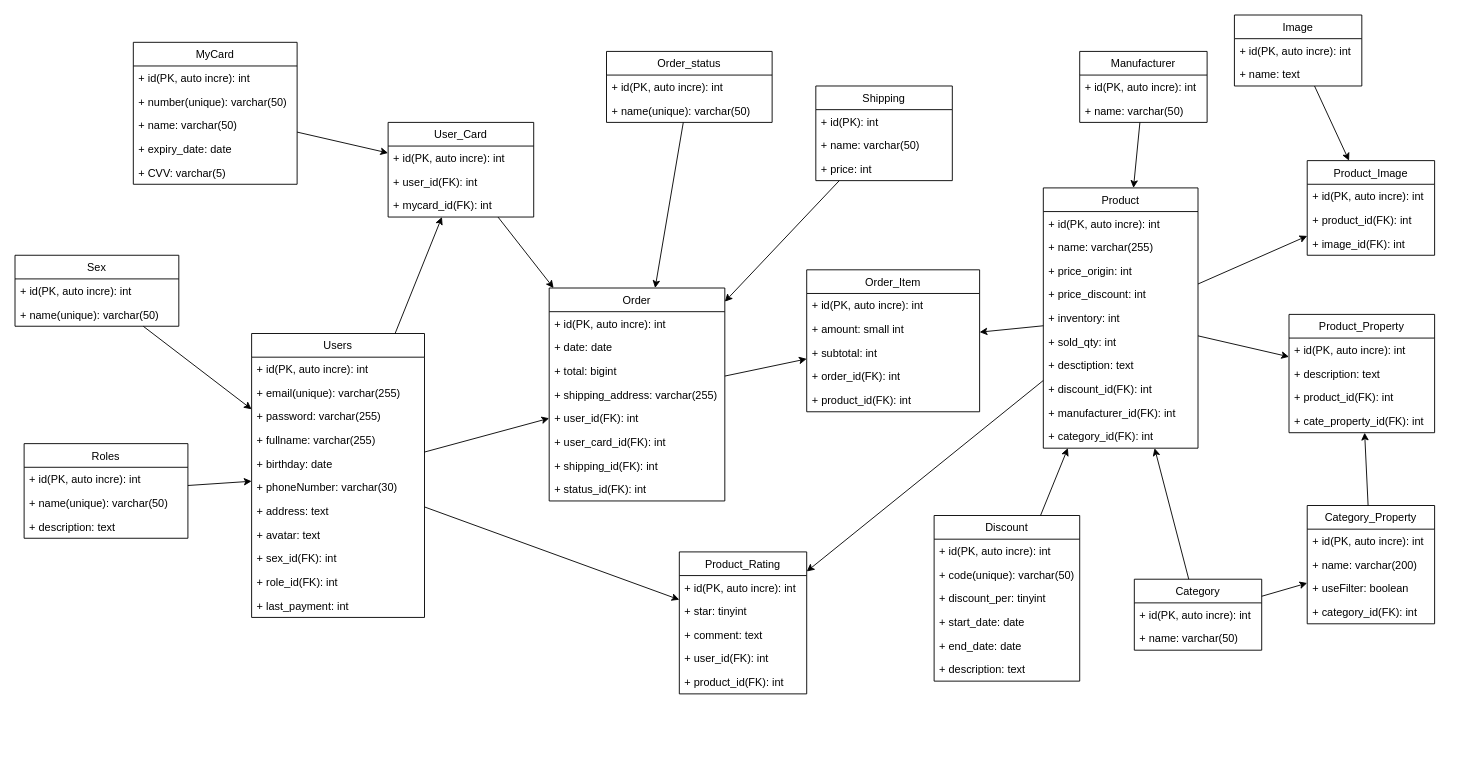
Before: gear3s_db.drawio in Dev3loperS/gear3s_database, a draw.io diagram. Source tidied: cells renumbered, new cells numbered last; positions are measured from the earlier drawing's top-left corner, leaving out a move shared by most shapes. Both pictures are drawn from the tidied source at 91%, with x=0, y=0 at pixel (15, 15).
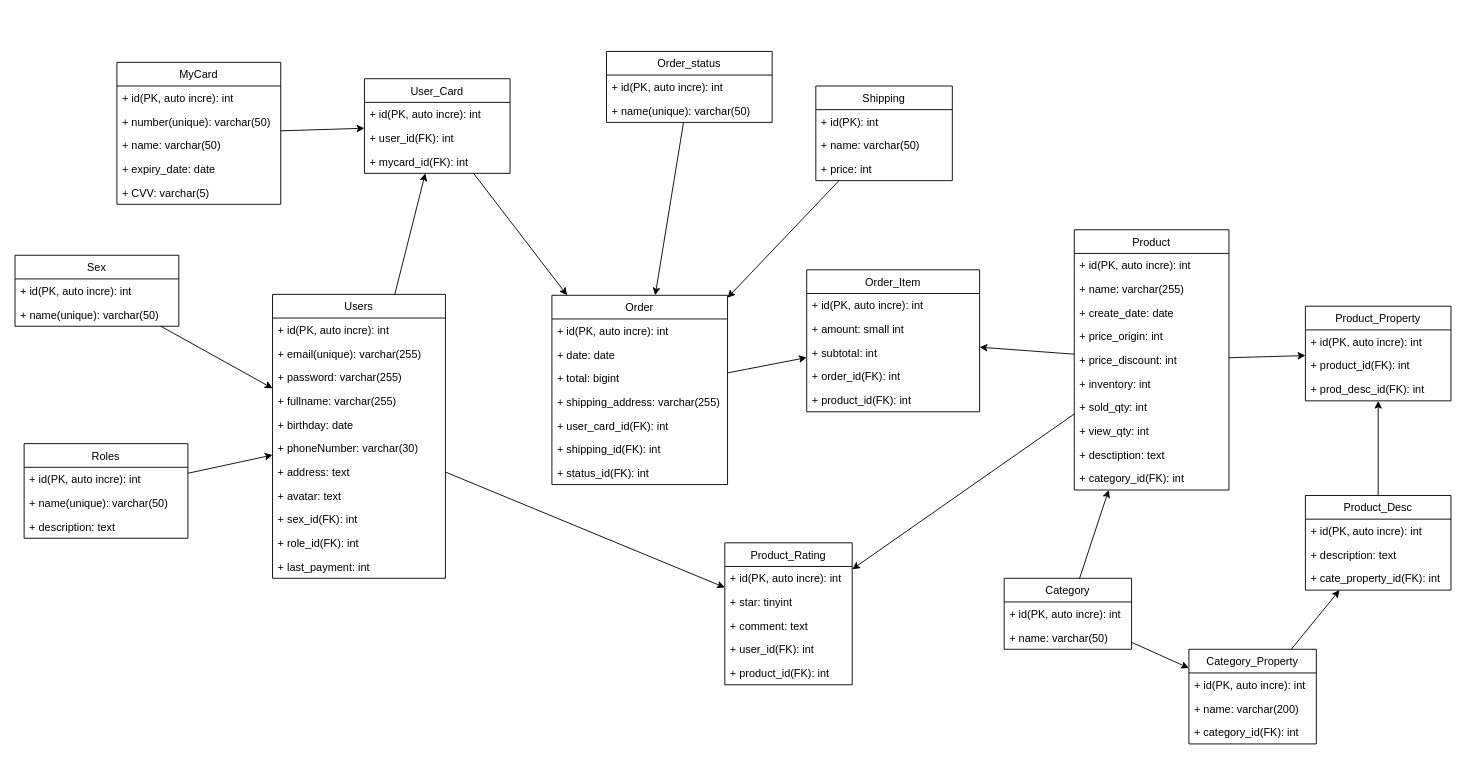
After the change.

Change to the diagram source:
```diff
@@
     <mxCell id="2" value="Users" style="swimlane;fontStyle=0;horizontal=1;startSize=26;fillColor=none;" parent="1" vertex="1">
-      <mxGeometry x="260" y="350" width="190" height="312" as="geometry" />
+      <mxGeometry x="283" y="307" width="190" height="312" as="geometry" />
     </mxCell>
@@
     <mxCell id="23" value="Product" style="swimlane;fontStyle=0;horizontal=1;startSize=26;fillColor=none;" parent="1" vertex="1">
-      <mxGeometry x="1130" y="190" width="170" height="286" as="geometry" />
+      <mxGeometry x="1164" y="236" width="170" height="286" as="geometry" />
     </mxCell>
@@
+    <mxCell id="120" value="+ create_date: date" style="text;strokeColor=none;fillColor=none;align=left;verticalAlign=top;spacingLeft=4;spacingRight=4;overflow=hidden;" parent="23" vertex="1">
+      <mxGeometry y="78" width="170" height="26" as="geometry" />
+    </mxCell>
     <mxCell id="26" value="+ price_origin: int" style="text;strokeColor=none;fillColor=none;align=left;verticalAlign=top;spacingLeft=4;spacingRight=4;overflow=hidden;" parent="23" vertex="1">
-      <mxGeometry y="78" width="170" height="26" as="geometry" />
+      <mxGeometry y="104" width="170" height="26" as="geometry" />
     </mxCell>
     <mxCell id="27" value="+ price_discount: int" style="text;strokeColor=none;fillColor=none;align=left;verticalAlign=top;spacingLeft=4;spacingRight=4;overflow=hidden;" parent="23" vertex="1">
-      <mxGeometry y="104" width="170" height="26" as="geometry" />
+      <mxGeometry y="130" width="170" height="26" as="geometry" />
     </mxCell>
     <mxCell id="28" value="+ inventory: int" style="text;strokeColor=none;fillColor=none;align=left;verticalAlign=top;spacingLeft=4;spacingRight=4;overflow=hidden;" parent="23" vertex="1">
-      <mxGeometry y="130" width="170" height="26" as="geometry" />
+      <mxGeometry y="156" width="170" height="26" as="geometry" />
     </mxCell>
     <mxCell id="29" value="+ sold_qty: int" style="text;strokeColor=none;fillColor=none;align=left;verticalAlign=top;spacingLeft=4;spacingRight=4;overflow=hidden;" parent="23" vertex="1">
-      <mxGeometry y="156" width="170" height="26" as="geometry" />
+      <mxGeometry y="182" width="170" height="26" as="geometry" />
     </mxCell>
+    <mxCell id="121" value="+ view_qty: int" style="text;strokeColor=none;fillColor=none;align=left;verticalAlign=top;spacingLeft=4;spacingRight=4;overflow=hidden;" parent="23" vertex="1">
+      <mxGeometry y="208" width="170" height="26" as="geometry" />
+    </mxCell>
     <mxCell id="30" value="+ desctiption: text" style="text;strokeColor=none;fillColor=none;align=left;verticalAlign=top;spacingLeft=4;spacingRight=4;overflow=hidden;" parent="23" vertex="1">
-      <mxGeometry y="182" width="170" height="26" as="geometry" />
+      <mxGeometry y="234" width="170" height="26" as="geometry" />
     </mxCell>
-    <mxCell id="31" value="+ discount_id(FK): int" style="text;strokeColor=none;fillColor=none;align=left;verticalAlign=top;spacingLeft=4;spacingRight=4;overflow=hidden;" parent="23" vertex="1">
-      <mxGeometry y="208" width="170" height="26" as="geometry" />
-    </mxCell>
-    <mxCell id="32" value="+ manufacturer_id(FK): int" style="text;strokeColor=none;fillColor=none;align=left;verticalAlign=top;spacingLeft=4;spacingRight=4;overflow=hidden;" parent="23" vertex="1">
-      <mxGeometry y="234" width="170" height="26" as="geometry" />
-    </mxCell>
@@
-    <mxCell id="34" value="Manufacturer" style="swimlane;fontStyle=0;horizontal=1;startSize=26;fillColor=none;" parent="1" vertex="1">
-      <mxGeometry x="1170" y="40" width="140" height="78" as="geometry" />
-    </mxCell>
-    <mxCell id="35" value="+ id(PK, auto incre): int" style="text;strokeColor=none;fillColor=none;align=left;verticalAlign=top;spacingLeft=4;spacingRight=4;overflow=hidden;" parent="34" vertex="1">
-      <mxGeometry y="26" width="140" height="26" as="geometry" />
-    </mxCell>
-    <mxCell id="36" value="+ name: varchar(50)" style="text;strokeColor=none;fillColor=none;align=left;verticalAlign=top;spacingLeft=4;spacingRight=4;overflow=hidden;" parent="34" vertex="1">
-      <mxGeometry y="52" width="140" height="26" as="geometry" />
-    </mxCell>
-    <mxCell id="37" style="endArrow=classic;html=1;rounded=0;" parent="1" edge="1" source="34" target="23">
-      <mxGeometry relative="1" as="geometry" />
-    </mxCell>
-    <mxCell id="38" value="Image" style="swimlane;fontStyle=0;horizontal=1;startSize=26;fillColor=none;" parent="1" vertex="1">
-      <mxGeometry x="1340" width="140" height="78" as="geometry" />
-    </mxCell>
-    <mxCell id="39" value="+ id(PK, auto incre): int" style="text;strokeColor=none;fillColor=none;align=left;verticalAlign=top;spacingLeft=4;spacingRight=4;overflow=hidden;" parent="38" vertex="1">
-      <mxGeometry y="26" width="140" height="26" as="geometry" />
-    </mxCell>
-    <mxCell id="40" value="+ name: text" style="text;strokeColor=none;fillColor=none;align=left;verticalAlign=top;spacingLeft=4;spacingRight=4;overflow=hidden;" parent="38" vertex="1">
-      <mxGeometry y="52" width="140" height="26" as="geometry" />
-    </mxCell>
-    <mxCell id="41" value="Product_Image" style="swimlane;fontStyle=0;horizontal=1;startSize=26;fillColor=none;" parent="1" vertex="1">
-      <mxGeometry x="1420" y="160" width="140" height="104" as="geometry" />
-    </mxCell>
-    <mxCell id="42" value="+ id(PK, auto incre): int" style="text;strokeColor=none;fillColor=none;align=left;verticalAlign=top;spacingLeft=4;spacingRight=4;overflow=hidden;" parent="41" vertex="1">
-      <mxGeometry y="26" width="140" height="26" as="geometry" />
-    </mxCell>
-    <mxCell id="43" value="+ product_id(FK): int" style="text;strokeColor=none;fillColor=none;align=left;verticalAlign=top;spacingLeft=4;spacingRight=4;overflow=hidden;" parent="41" vertex="1">
-      <mxGeometry y="52" width="140" height="26" as="geometry" />
-    </mxCell>
-    <mxCell id="44" value="+ image_id(FK): int" style="text;strokeColor=none;fillColor=none;align=left;verticalAlign=top;spacingLeft=4;spacingRight=4;overflow=hidden;" parent="41" vertex="1">
-      <mxGeometry y="78" width="140" height="26" as="geometry" />
-    </mxCell>
-    <mxCell id="45" style="endArrow=classic;html=1;rounded=0;" parent="1" edge="1" source="38" target="41">
-      <mxGeometry relative="1" as="geometry" />
-    </mxCell>
-    <mxCell id="46" style="endArrow=classic;html=1;rounded=0;" parent="1" edge="1" source="23" target="41">
-      <mxGeometry relative="1" as="geometry" />
-    </mxCell>
     <mxCell id="47" value="Category" style="swimlane;fontStyle=0;horizontal=1;startSize=26;fillColor=none;" parent="1" vertex="1">
-      <mxGeometry x="1230" y="620" width="140" height="78" as="geometry" />
+      <mxGeometry x="1087" y="619" width="140" height="78" as="geometry" />
     </mxCell>
@@
     <mxCell id="51" value="Category_Property" style="swimlane;fontStyle=0;horizontal=1;startSize=26;fillColor=none;" parent="1" vertex="1">
-      <mxGeometry x="1420" y="539" width="140" height="130" as="geometry" />
+      <mxGeometry x="1290" y="697" width="140" height="104" as="geometry" />
     </mxCell>
@@
-    <mxCell id="54" value="+ useFilter: boolean" style="text;strokeColor=none;fillColor=none;align=left;verticalAlign=top;spacingLeft=4;spacingRight=4;overflow=hidden;" parent="51" vertex="1">
-      <mxGeometry y="78" width="140" height="26" as="geometry" />
-    </mxCell>
     <mxCell id="55" value="+ category_id(FK): int" style="text;strokeColor=none;fillColor=none;align=left;verticalAlign=top;spacingLeft=4;spacingRight=4;overflow=hidden;" parent="51" vertex="1">
-      <mxGeometry y="104" width="140" height="26" as="geometry" />
+      <mxGeometry y="78" width="140" height="26" as="geometry" />
     </mxCell>
@@
-    <mxCell id="57" value="Product_Property" style="swimlane;fontStyle=0;horizontal=1;startSize=26;fillColor=none;" parent="1" vertex="1">
-      <mxGeometry x="1400" y="329" width="160" height="130" as="geometry" />
+    <mxCell id="57" value="Product_Desc" style="swimlane;fontStyle=0;horizontal=1;startSize=26;fillColor=none;" parent="1" vertex="1">
+      <mxGeometry x="1418" y="528" width="160" height="104" as="geometry" />
     </mxCell>
@@
-    <mxCell id="60" value="+ product_id(FK): int" style="text;strokeColor=none;fillColor=none;align=left;verticalAlign=top;spacingLeft=4;spacingRight=4;overflow=hidden;" parent="57" vertex="1">
-      <mxGeometry y="78" width="160" height="26" as="geometry" />
-    </mxCell>
     <mxCell id="61" value="+ cate_property_id(FK): int" style="text;strokeColor=none;fillColor=none;align=left;verticalAlign=top;spacingLeft=4;spacingRight=4;overflow=hidden;" parent="57" vertex="1">
-      <mxGeometry y="104" width="160" height="26" as="geometry" />
+      <mxGeometry y="78" width="160" height="26" as="geometry" />
     </mxCell>
-    <mxCell id="62" style="endArrow=classic;html=1;rounded=0;" parent="1" edge="1" source="23" target="57">
+    <mxCell id="62" style="endArrow=classic;html=1;rounded=0;" parent="1" edge="1" source="23" target="122">
       <mxGeometry relative="1" as="geometry" />
     </mxCell>
@@
     <mxCell id="70" value="Order" style="swimlane;fontStyle=0;horizontal=1;startSize=26;fillColor=none;" parent="1" vertex="1">
-      <mxGeometry x="587" y="300" width="193" height="234" as="geometry" />
+      <mxGeometry x="590" y="308" width="193" height="208" as="geometry" />
     </mxCell>
@@
-    <mxCell id="75" value="+ user_id(FK): int" style="text;strokeColor=none;fillColor=none;align=left;verticalAlign=top;spacingLeft=4;spacingRight=4;overflow=hidden;" parent="70" vertex="1">
-      <mxGeometry y="130" width="193" height="26" as="geometry" />
-    </mxCell>
     <mxCell id="76" value="+ user_card_id(FK): int" style="text;strokeColor=none;fillColor=none;align=left;verticalAlign=top;spacingLeft=4;spacingRight=4;overflow=hidden;" parent="70" vertex="1">
-      <mxGeometry y="156" width="193" height="26" as="geometry" />
+      <mxGeometry y="130" width="193" height="26" as="geometry" />
     </mxCell>
     <mxCell id="77" value="+ shipping_id(FK): int" style="text;strokeColor=none;fillColor=none;align=left;verticalAlign=top;spacingLeft=4;spacingRight=4;overflow=hidden;" parent="70" vertex="1">
-      <mxGeometry y="182" width="193" height="26" as="geometry" />
+      <mxGeometry y="156" width="193" height="26" as="geometry" />
     </mxCell>
     <mxCell id="78" value="+ status_id(FK): int" style="text;strokeColor=none;fillColor=none;align=left;verticalAlign=top;spacingLeft=4;spacingRight=4;overflow=hidden;" parent="70" vertex="1">
-      <mxGeometry y="208" width="193" height="26" as="geometry" />
+      <mxGeometry y="182" width="193" height="26" as="geometry" />
     </mxCell>
-    <mxCell id="79" style="endArrow=classic;html=1;rounded=0;" parent="1" edge="1" source="2" target="70">
-      <mxGeometry relative="1" as="geometry" />
-    </mxCell>
@@
     <mxCell id="92" value="Product_Rating" style="swimlane;fontStyle=0;horizontal=1;startSize=26;fillColor=none;" parent="1" vertex="1">
-      <mxGeometry x="730" y="590" width="140" height="156" as="geometry" />
+      <mxGeometry x="780" y="580" width="140" height="156" as="geometry" />
     </mxCell>
@@
     <mxCell id="100" value="MyCard" style="swimlane;fontStyle=0;horizontal=1;startSize=26;fillColor=none;" parent="1" vertex="1">
-      <mxGeometry x="130" y="30" width="180" height="156" as="geometry" />
+      <mxGeometry x="112" y="52" width="180" height="156" as="geometry" />
     </mxCell>
@@
     <mxCell id="106" value="User_Card" style="swimlane;fontStyle=0;horizontal=1;startSize=26;fillColor=none;" parent="1" vertex="1">
-      <mxGeometry x="410" y="118" width="160" height="104" as="geometry" />
+      <mxGeometry x="384" y="70" width="160" height="104" as="geometry" />
     </mxCell>
@@
-    <mxCell id="112" value="Discount" style="swimlane;fontStyle=0;horizontal=1;startSize=26;fillColor=none;" parent="1" vertex="1">
-      <mxGeometry x="1010" y="550" width="160" height="182" as="geometry" />
-    </mxCell>
+    <mxCell id="122" value="Product_Property" style="swimlane;fontStyle=0;horizontal=1;startSize=26;fillColor=none;" parent="1" vertex="1">
+      <mxGeometry x="1418" y="320" width="160" height="104" as="geometry" />
+    </mxCell>
-    <mxCell id="113" value="+ id(PK, auto incre): int" style="text;strokeColor=none;fillColor=none;align=left;verticalAlign=top;spacingLeft=4;spacingRight=4;overflow=hidden;" parent="112" vertex="1">
+    <mxCell id="113" value="+ id(PK, auto incre): int" style="text;strokeColor=none;fillColor=none;align=left;verticalAlign=top;spacingLeft=4;spacingRight=4;overflow=hidden;" parent="122" vertex="1">
       <mxGeometry y="26" width="160" height="26" as="geometry" />
     </mxCell>
-    <mxCell id="114" value="+ code(unique): varchar(50)" style="text;strokeColor=none;fillColor=none;align=left;verticalAlign=top;spacingLeft=4;spacingRight=4;overflow=hidden;" parent="112" vertex="1">
-      <mxGeometry y="52" width="160" height="26" as="geometry" />
-    </mxCell>
-    <mxCell id="115" value="+ discount_per: tinyint" style="text;strokeColor=none;fillColor=none;align=left;verticalAlign=top;spacingLeft=4;spacingRight=4;overflow=hidden;" parent="112" vertex="1">
-      <mxGeometry y="78" width="160" height="26" as="geometry" />
-    </mxCell>
-    <mxCell id="116" value="+ start_date: date" style="text;strokeColor=none;fillColor=none;align=left;verticalAlign=top;spacingLeft=4;spacingRight=4;overflow=hidden;" parent="112" vertex="1">
-      <mxGeometry y="104" width="160" height="26" as="geometry" />
-    </mxCell>
-    <mxCell id="117" value="+ end_date: date" style="text;strokeColor=none;fillColor=none;align=left;verticalAlign=top;spacingLeft=4;spacingRight=4;overflow=hidden;" parent="112" vertex="1">
-      <mxGeometry y="130" width="160" height="26" as="geometry" />
-    </mxCell>
-    <mxCell id="118" value="+ description: text" style="text;strokeColor=none;fillColor=none;align=left;verticalAlign=top;spacingLeft=4;spacingRight=4;overflow=hidden;" parent="112" vertex="1">
-      <mxGeometry y="156" width="160" height="26" as="geometry" />
-    </mxCell>
-    <mxCell id="119" style="endArrow=classic;html=1;rounded=0;" parent="1" edge="1" source="112" target="23">
-      <mxGeometry relative="1" as="geometry" />
-    </mxCell>
+    <mxCell id="123" value="+ product_id(FK): int" style="text;strokeColor=none;fillColor=none;align=left;verticalAlign=top;spacingLeft=4;spacingRight=4;overflow=hidden;" parent="122" vertex="1">
+      <mxGeometry y="52" width="160" height="26" as="geometry" />
+    </mxCell>
+    <mxCell id="124" value="+ prod_desc_id(FK): int" style="text;strokeColor=none;fillColor=none;align=left;verticalAlign=top;spacingLeft=4;spacingRight=4;overflow=hidden;" parent="122" vertex="1">
+      <mxGeometry y="78" width="160" height="26" as="geometry" />
+    </mxCell>
+    <mxCell id="125" style="endArrow=classic;html=1;rounded=0;" parent="1" edge="1" source="57" target="122">
+      <mxGeometry relative="1" as="geometry" />
+    </mxCell>
```
